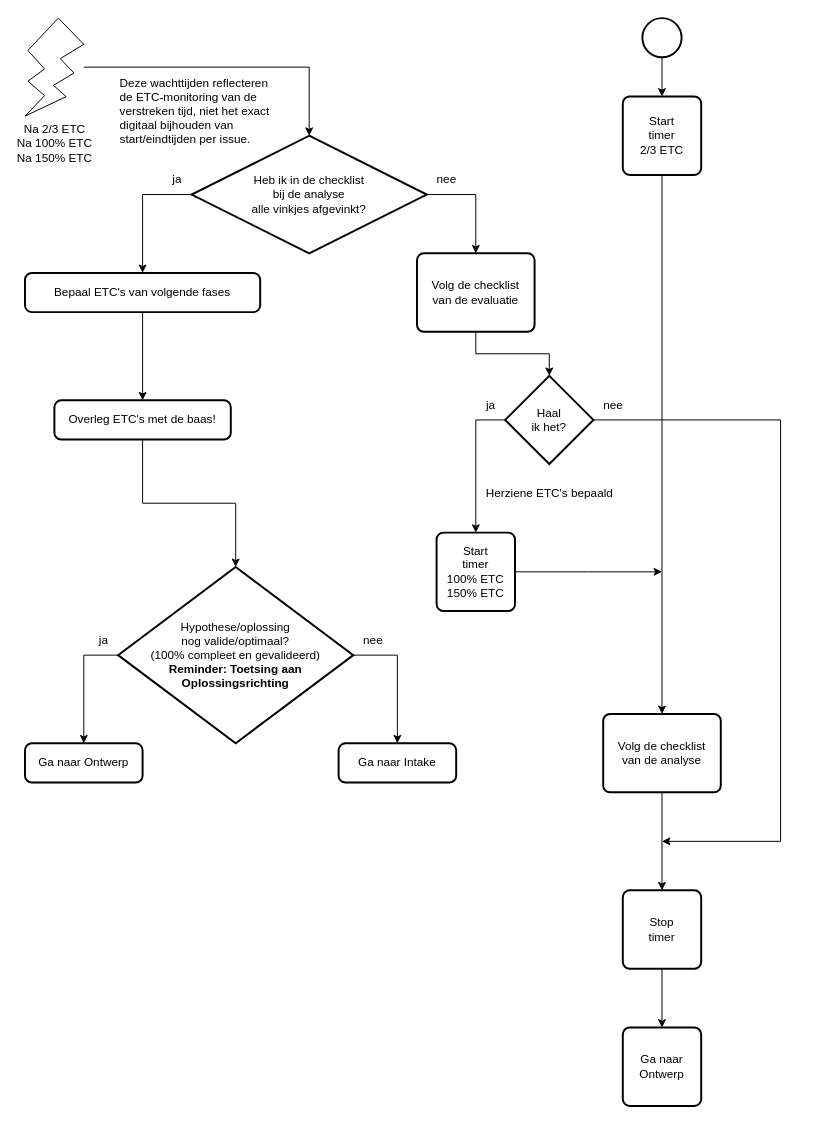
Above: 2 Issue Tracker analyse.drawio in Zaibatsu89/IssueTracker (draw.io), before the change. Source tidied: cells renumbered, new cells numbered last; positions are measured from the earlier drawing's top-left corner, leaving out a move shared by most shapes. Both pictures are drawn from the tidied source at 98%, with x=0, y=0 at pixel (24, 18).
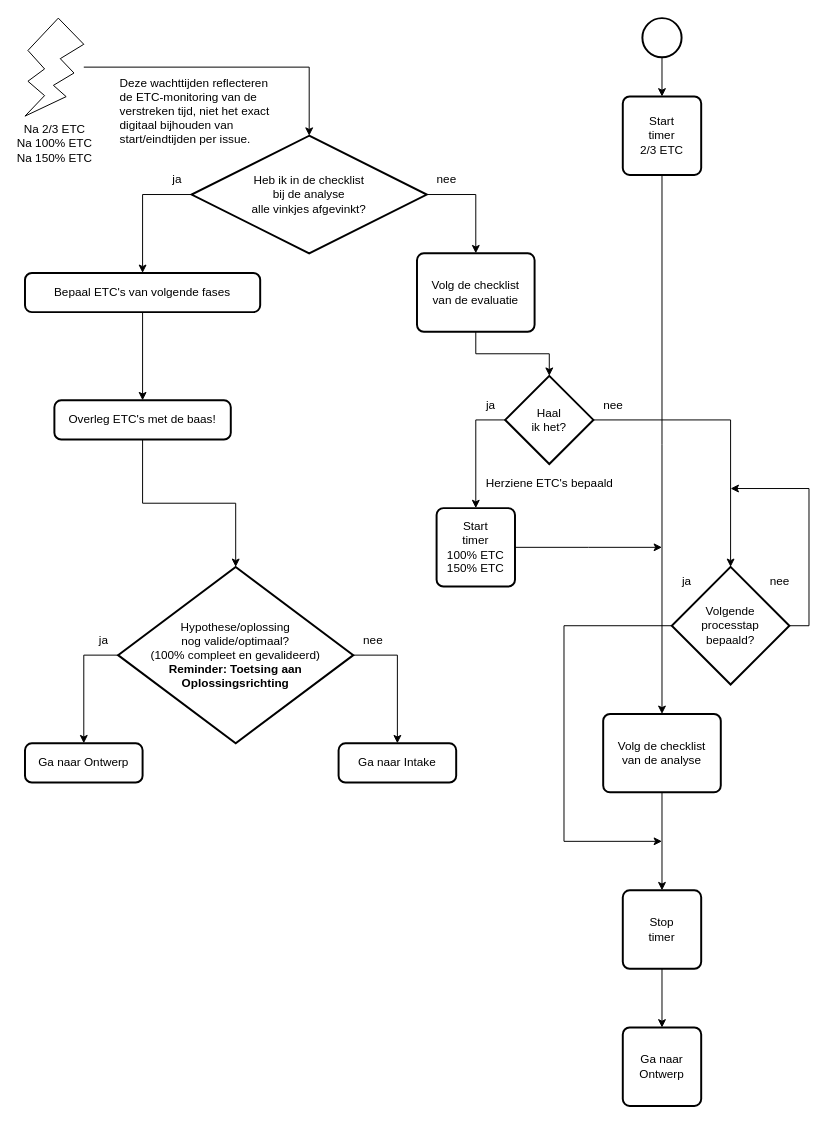
The same page after the edit.

Commit message (it also covers changes not shown here):
Voeg "Volgende processtap bepaald?" toe na "Haal ik het?" in flowcharts

The change refers to these unchanged cells:
```xml
<mxCell id="34" value="Haal&lt;br&gt;ik het?" style="strokeWidth=2;html=1;shape=mxgraph.flowchart.decision;whiteSpace=wrap;" parent="1" vertex="1">
  <mxGeometry x="490" y="365" width="90" height="90" as="geometry" />
</mxCell>
```

Change to the diagram source:
```diff
@@
     <mxCell id="24" value="Herziene ETC's bepaald" style="text;html=1;align=center;verticalAlign=middle;strokeColor=none;fillColor=none;" parent="1" vertex="1">
-      <mxGeometry x="460" y="470" width="150" height="30" as="geometry" />
+      <mxGeometry x="460" y="460" width="150" height="30" as="geometry" />
     </mxCell>
@@
     <mxCell id="30" style="edgeStyle=orthogonalEdgeStyle;rounded=0;jettySize=auto;html=1;exitX=1;exitY=0.5;exitDx=0;exitDy=0;" parent="1" edge="1" source="31">
       <mxGeometry relative="1" as="geometry">
-        <mxPoint x="650" y="565" as="targetPoint" />
+        <mxPoint x="650" y="540" as="targetPoint" />
+        <Array as="points">
+          <mxPoint x="575" y="540" />
+        </Array>
       </mxGeometry>
     </mxCell>
     <mxCell id="31" value="Start&lt;br&gt;timer&lt;br&gt;100% ETC&lt;br&gt;150% ETC" style="rounded=1;whiteSpace=wrap;html=1;absoluteArcSize=1;arcSize=14;strokeWidth=2;" parent="1" vertex="1">
-      <mxGeometry x="420" y="525" width="80" height="80" as="geometry" />
+      <mxGeometry x="420" y="500" width="80" height="80" as="geometry" />
     </mxCell>
@@
-    <mxCell id="33" style="edgeStyle=orthogonalEdgeStyle;rounded=0;jettySize=auto;html=1;exitX=1;exitY=0.5;exitDx=0;exitDy=0;exitPerimeter=0;" parent="1" edge="1" source="34">
-      <mxGeometry relative="1" as="geometry">
-        <mxPoint x="650" y="840" as="targetPoint" />
-        <Array as="points">
-          <mxPoint x="771" y="410" />
-          <mxPoint x="771" y="840" />
-        </Array>
-      </mxGeometry>
-    </mxCell>
@@
+    <mxCell id="40" style="edgeStyle=orthogonalEdgeStyle;rounded=0;jettySize=auto;html=1;exitX=1;exitY=0.5;exitDx=0;exitDy=0;exitPerimeter=0;" parent="1" edge="1" source="42">
+      <mxGeometry relative="1" as="geometry">
+        <mxPoint x="720" y="480" as="targetPoint" />
+        <Array as="points">
+          <mxPoint x="800" y="620" />
+          <mxPoint x="800" y="480" />
+        </Array>
+      </mxGeometry>
+    </mxCell>
+    <mxCell id="41" style="edgeStyle=orthogonalEdgeStyle;rounded=0;jettySize=auto;html=1;exitX=0;exitY=0.5;exitDx=0;exitDy=0;exitPerimeter=0;" parent="1" edge="1" source="42">
+      <mxGeometry relative="1" as="geometry">
+        <mxPoint x="650" y="840" as="targetPoint" />
+        <Array as="points">
+          <mxPoint x="550" y="620" />
+          <mxPoint x="550" y="840" />
+        </Array>
+      </mxGeometry>
+    </mxCell>
+    <mxCell id="42" value="Volgende&lt;br&gt;processtap&lt;br&gt;bepaald?" style="strokeWidth=2;html=1;shape=mxgraph.flowchart.decision;whiteSpace=wrap;" parent="1" vertex="1">
+      <mxGeometry x="660" y="560" width="120" height="120" as="geometry" />
+    </mxCell>
+    <mxCell id="43" style="edgeStyle=orthogonalEdgeStyle;rounded=0;jettySize=auto;html=1;exitX=1;exitY=0.5;exitDx=0;exitDy=0;exitPerimeter=0;entryX=0.5;entryY=0;entryDx=0;entryDy=0;entryPerimeter=0;" parent="1" edge="1" source="34" target="42">
+      <mxGeometry relative="1" as="geometry" />
+    </mxCell>
+    <mxCell id="44" value="nee" style="text;html=1;align=center;verticalAlign=middle;strokeColor=none;fillColor=none;" parent="1" vertex="1">
+      <mxGeometry x="750" y="560" width="40" height="30" as="geometry" />
+    </mxCell>
+    <mxCell id="45" value="ja" style="text;html=1;align=center;verticalAlign=middle;strokeColor=none;fillColor=none;" parent="1" vertex="1">
+      <mxGeometry x="660" y="560" width="30" height="30" as="geometry" />
+    </mxCell>
```
